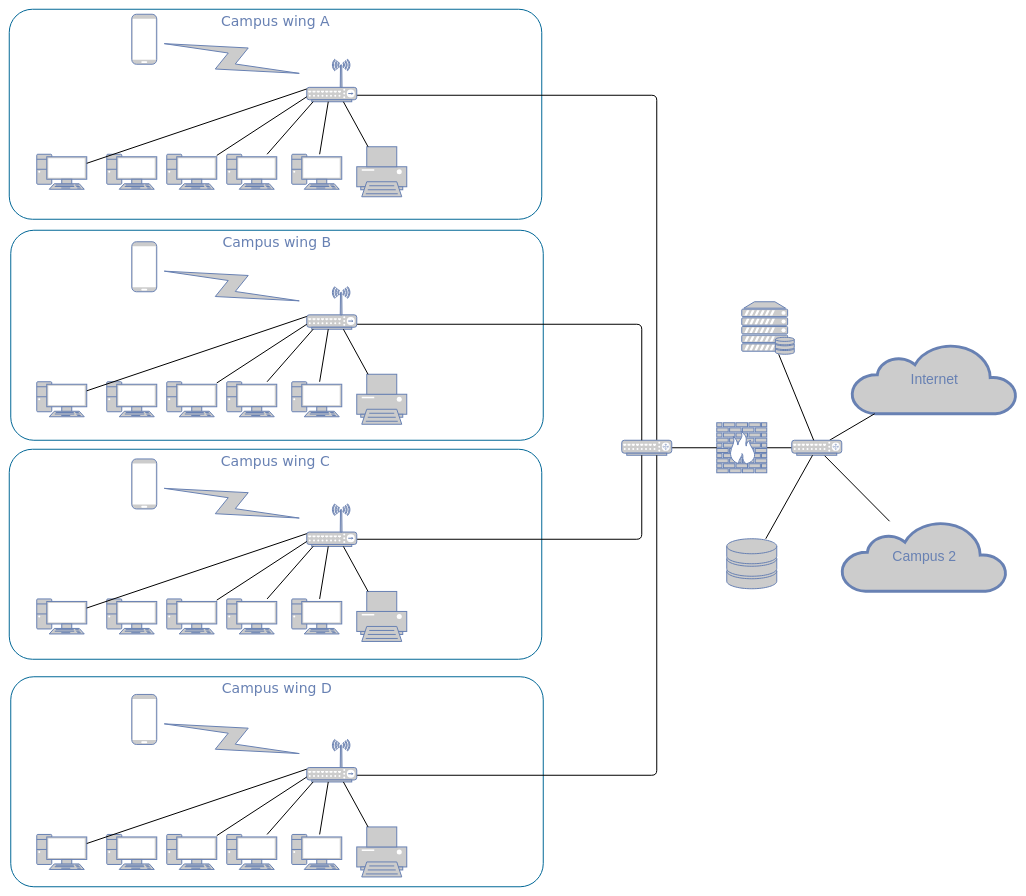
Above: homelab.drawio in nomi25home/nomi25home (draw.io), before the change. Source tidied: cells renumbered, new cells numbered last; positions are measured from the earlier drawing's top-left corner, leaving out a move shared by most shapes. Both pictures are drawn from the tidied source at 50%, with x=0, y=0 at pixel (9, 9).
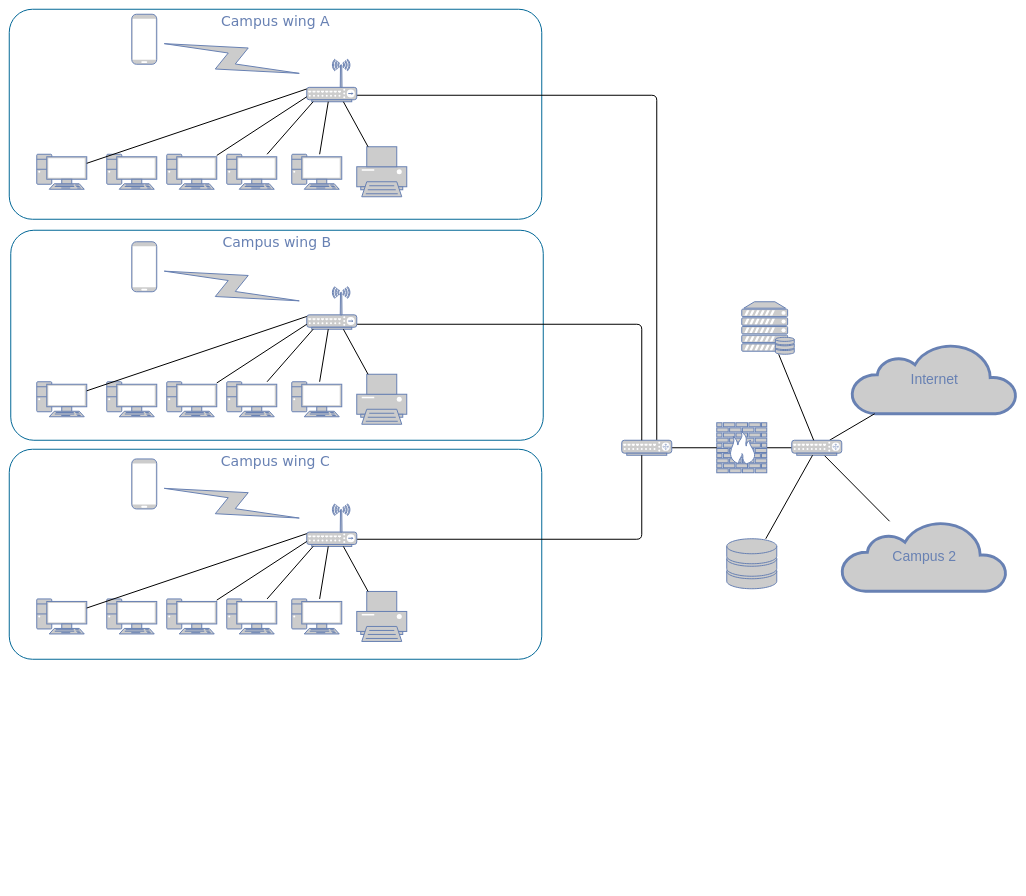
The same page after the edit.

Unchanged cells that the change refers to:
```xml
<mxCell id="10" style="fontColor=#0066CC;verticalAlign=top;verticalLabelPosition=bottom;labelPosition=center;align=center;html=1;fillColor=#CCCCCC;strokeColor=#6881B3;gradientColor=none;gradientDirection=north;strokeWidth=2;shape=mxgraph.networks.router;rounded=0;shadow=0;comic=0;" parent="1" vertex="1">
  <mxGeometry x="1225" y="862" width="100" height="30" as="geometry" />
</mxCell>
```

What changed in the source:
```diff
@@
-    <mxCell id="2" value="Campus wing D" style="rounded=1;whiteSpace=wrap;html=1;shadow=0;comic=0;strokeColor=#036897;strokeWidth=2;fillColor=none;fontFamily=Verdana;fontSize=28;fontColor=#6881B3;align=center;arcSize=11;verticalAlign=top;" parent="1" vertex="1">
-      <mxGeometry x="3" y="1335" width="1065" height="420" as="geometry" />
-    </mxCell>
@@
-    <mxCell id="63" style="fontColor=#0066CC;verticalAlign=top;verticalLabelPosition=bottom;labelPosition=center;align=center;html=1;fillColor=#CCCCCC;strokeColor=#6881B3;gradientColor=none;gradientDirection=north;strokeWidth=2;shape=mxgraph.networks.pc;rounded=0;shadow=0;comic=0;" parent="1" vertex="1">
-      <mxGeometry x="55" y="1650.4" width="100" height="70" as="geometry" />
-    </mxCell>
-    <mxCell id="64" style="fontColor=#0066CC;verticalAlign=top;verticalLabelPosition=bottom;labelPosition=center;align=center;html=1;fillColor=#CCCCCC;strokeColor=#6881B3;gradientColor=none;gradientDirection=north;strokeWidth=2;shape=mxgraph.networks.pc;rounded=0;shadow=0;comic=0;" parent="1" vertex="1">
-      <mxGeometry x="195" y="1650.4" width="100" height="70" as="geometry" />
-    </mxCell>
-    <mxCell id="65" style="fontColor=#0066CC;verticalAlign=top;verticalLabelPosition=bottom;labelPosition=center;align=center;html=1;fillColor=#CCCCCC;strokeColor=#6881B3;gradientColor=none;gradientDirection=north;strokeWidth=2;shape=mxgraph.networks.pc;rounded=0;shadow=0;comic=0;" parent="1" vertex="1">
-      <mxGeometry x="315" y="1650.4" width="100" height="70" as="geometry" />
-    </mxCell>
-    <mxCell id="66" style="fontColor=#0066CC;verticalAlign=top;verticalLabelPosition=bottom;labelPosition=center;align=center;html=1;fillColor=#CCCCCC;strokeColor=#6881B3;gradientColor=none;gradientDirection=north;strokeWidth=2;shape=mxgraph.networks.pc;rounded=0;shadow=0;comic=0;" parent="1" vertex="1">
-      <mxGeometry x="435" y="1650.4" width="100" height="70" as="geometry" />
-    </mxCell>
-    <mxCell id="67" style="fontColor=#0066CC;verticalAlign=top;verticalLabelPosition=bottom;labelPosition=center;align=center;html=1;fillColor=#CCCCCC;strokeColor=#6881B3;gradientColor=none;gradientDirection=north;strokeWidth=2;shape=mxgraph.networks.pc;rounded=0;shadow=0;comic=0;" parent="1" vertex="1">
-      <mxGeometry x="565" y="1650.4" width="100" height="70" as="geometry" />
-    </mxCell>
-    <mxCell id="68" style="fontColor=#0066CC;verticalAlign=top;verticalLabelPosition=bottom;labelPosition=center;align=center;html=1;fillColor=#CCCCCC;strokeColor=#6881B3;gradientColor=none;gradientDirection=north;strokeWidth=2;shape=mxgraph.networks.printer;rounded=0;shadow=0;comic=0;" parent="1" vertex="1">
-      <mxGeometry x="695" y="1635.4" width="100" height="100" as="geometry" />
-    </mxCell>
-    <mxCell id="69" style="edgeStyle=orthogonalEdgeStyle;html=1;labelBackgroundColor=none;endArrow=none;endFill=0;strokeWidth=2;fontFamily=Verdana;fontSize=28;fontColor=#6881B3;" parent="1" edge="1" source="70" target="10">
-      <mxGeometry relative="1" as="geometry">
-        <Array as="points">
-          <mxPoint x="1295" y="1532" />
-        </Array>
-      </mxGeometry>
-    </mxCell>
-    <mxCell id="70" style="fontColor=#0066CC;verticalAlign=top;verticalLabelPosition=bottom;labelPosition=center;align=center;html=1;fillColor=#CCCCCC;strokeColor=#6881B3;gradientColor=none;gradientDirection=north;strokeWidth=2;shape=mxgraph.networks.wireless_hub;rounded=0;shadow=0;comic=0;" parent="1" vertex="1">
-      <mxGeometry x="595" y="1460.4" width="100" height="85" as="geometry" />
-    </mxCell>
-    <mxCell id="71" style="edgeStyle=none;html=1;labelBackgroundColor=none;endArrow=none;endFill=0;strokeWidth=2;fontFamily=Verdana;fontSize=15;fontColor=#036897;" parent="1" edge="1" source="63" target="70">
-      <mxGeometry relative="1" as="geometry" />
-    </mxCell>
-    <mxCell id="72" style="edgeStyle=none;html=1;labelBackgroundColor=none;endArrow=none;endFill=0;strokeWidth=2;fontFamily=Verdana;fontSize=15;fontColor=#036897;" parent="1" edge="1" source="65" target="70">
-      <mxGeometry relative="1" as="geometry" />
-    </mxCell>
-    <mxCell id="73" style="edgeStyle=none;html=1;labelBackgroundColor=none;endArrow=none;endFill=0;strokeWidth=2;fontFamily=Verdana;fontSize=15;fontColor=#036897;" parent="1" edge="1" source="66" target="70">
-      <mxGeometry relative="1" as="geometry" />
-    </mxCell>
-    <mxCell id="74" style="edgeStyle=none;html=1;labelBackgroundColor=none;endArrow=none;endFill=0;strokeWidth=2;fontFamily=Verdana;fontSize=15;fontColor=#036897;" parent="1" edge="1" source="67" target="70">
-      <mxGeometry relative="1" as="geometry" />
-    </mxCell>
-    <mxCell id="75" style="edgeStyle=none;html=1;labelBackgroundColor=none;endArrow=none;endFill=0;strokeWidth=2;fontFamily=Verdana;fontSize=15;fontColor=#036897;" parent="1" edge="1" source="68" target="70">
-      <mxGeometry relative="1" as="geometry" />
-    </mxCell>
-    <mxCell id="76" style="html=1;fillColor=#CCCCCC;strokeColor=#6881B3;gradientColor=none;gradientDirection=north;strokeWidth=2;shape=mxgraph.networks.comm_link_edge;html=1;labelBackgroundColor=none;endArrow=none;endFill=0;fontFamily=Verdana;fontSize=20;" parent="1" edge="1" source="70" target="77">
-      <mxGeometry relative="1" as="geometry" />
-    </mxCell>
-    <mxCell id="77" style="fontColor=#0066CC;verticalAlign=top;verticalLabelPosition=bottom;labelPosition=center;align=center;html=1;fillColor=#CCCCCC;strokeColor=#6881B3;gradientColor=none;gradientDirection=north;strokeWidth=2;shape=mxgraph.networks.mobile;rounded=0;shadow=0;comic=0;" parent="1" vertex="1">
-      <mxGeometry x="245" y="1370.4" width="50" height="100" as="geometry" />
-    </mxCell>
```
